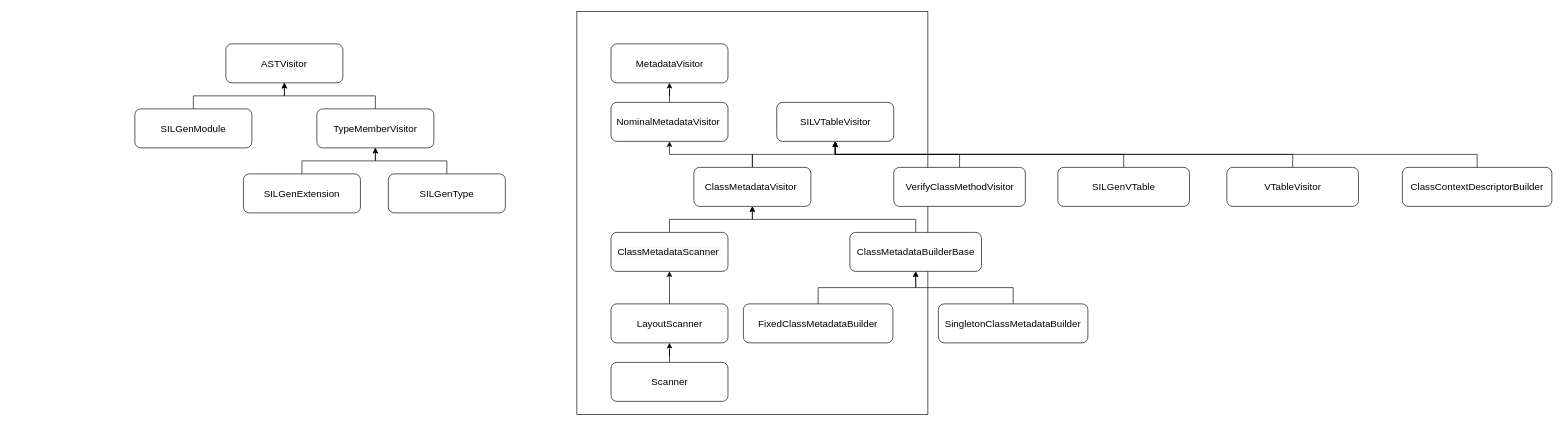
Above: ClassDescriptor.drawio in star-j/Flowchart (draw.io), before the change. Source tidied: cells renumbered, new cells numbered last; positions are measured from the earlier drawing's top-left corner, leaving out a move shared by most shapes. Both pictures are drawn from the tidied source at 65%, with x=0, y=0 at pixel (135, 11).
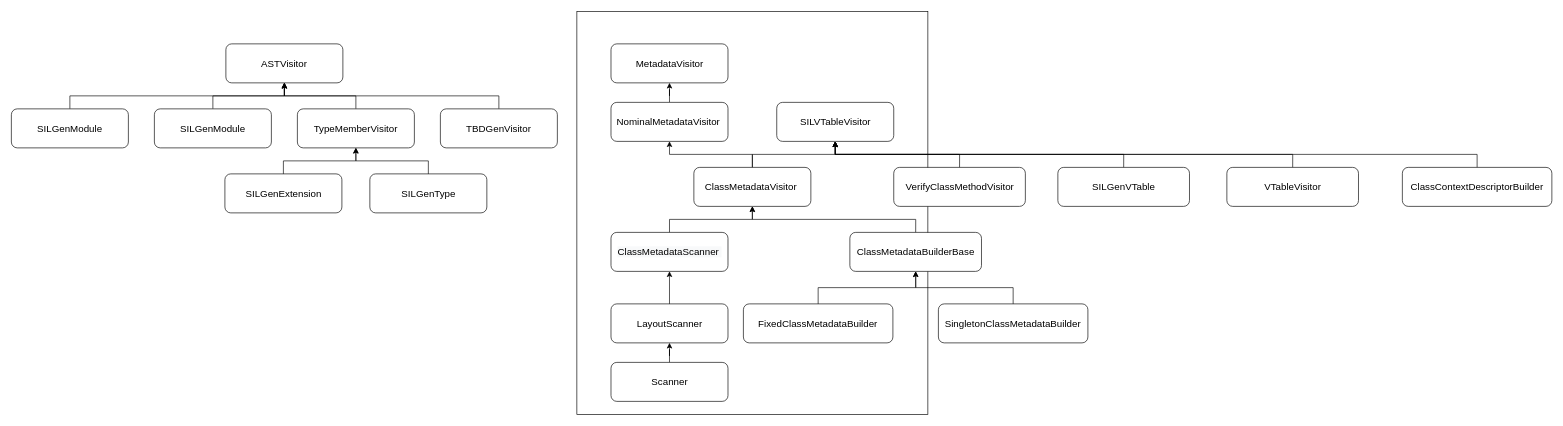
After the change.

The change refers to these unchanged cells:
```xml
<mxCell id="30" value="ASTVisitor" style="whiteSpace=wrap;html=1;fontSize=15;rounded=1;" parent="1" vertex="1">
  <mxGeometry x="140" y="50" width="180" height="60" as="geometry" />
</mxCell>
```

The edit, as a diff of the source:
```diff
@@
     <mxCell id="32" value="TypeMemberVisitor" style="whiteSpace=wrap;html=1;fontSize=15;rounded=1;" parent="1" vertex="1">
-      <mxGeometry x="280" y="150" width="180" height="60" as="geometry" />
+      <mxGeometry x="250" y="150" width="180" height="60" as="geometry" />
     </mxCell>
@@
     <mxCell id="34" value="SILGenType" style="whiteSpace=wrap;html=1;fontSize=15;rounded=1;" parent="1" vertex="1">
-      <mxGeometry x="390" y="250" width="180" height="60" as="geometry" />
+      <mxGeometry x="361.5" y="250" width="180" height="60" as="geometry" />
     </mxCell>
@@
     <mxCell id="36" value="SILGenExtension" style="whiteSpace=wrap;html=1;fontSize=15;rounded=1;" parent="1" vertex="1">
-      <mxGeometry x="167" y="250" width="180" height="60" as="geometry" />
+      <mxGeometry x="138.5" y="250" width="180" height="60" as="geometry" />
     </mxCell>
@@
     <mxCell id="38" value="SILGenModule" style="whiteSpace=wrap;html=1;fontSize=15;rounded=1;" parent="1" vertex="1">
-      <mxGeometry y="150" width="180" height="60" as="geometry" />
+      <mxGeometry x="30" y="150" width="180" height="60" as="geometry" />
     </mxCell>
+    <mxCell id="39" style="edgeStyle=orthogonalEdgeStyle;rounded=0;jettySize=auto;html=1;exitX=0.5;exitY=0;exitDx=0;exitDy=0;entryX=0.5;entryY=1;entryDx=0;entryDy=0;" parent="1" edge="1" source="40" target="30">
+      <mxGeometry relative="1" as="geometry" />
+    </mxCell>
+    <mxCell id="40" value="SILGenModule" style="whiteSpace=wrap;html=1;fontSize=15;rounded=1;" parent="1" vertex="1">
+      <mxGeometry x="-190" y="150" width="180" height="60" as="geometry" />
+    </mxCell>
+    <mxCell id="41" style="edgeStyle=orthogonalEdgeStyle;rounded=0;jettySize=auto;html=1;exitX=0.5;exitY=0;exitDx=0;exitDy=0;entryX=0.5;entryY=1;entryDx=0;entryDy=0;" parent="1" edge="1" source="42" target="30">
+      <mxGeometry relative="1" as="geometry" />
+    </mxCell>
+    <mxCell id="42" value="TBDGenVisitor" style="whiteSpace=wrap;html=1;fontSize=15;rounded=1;" parent="1" vertex="1">
+      <mxGeometry x="470" y="150" width="180" height="60" as="geometry" />
+    </mxCell>
```
